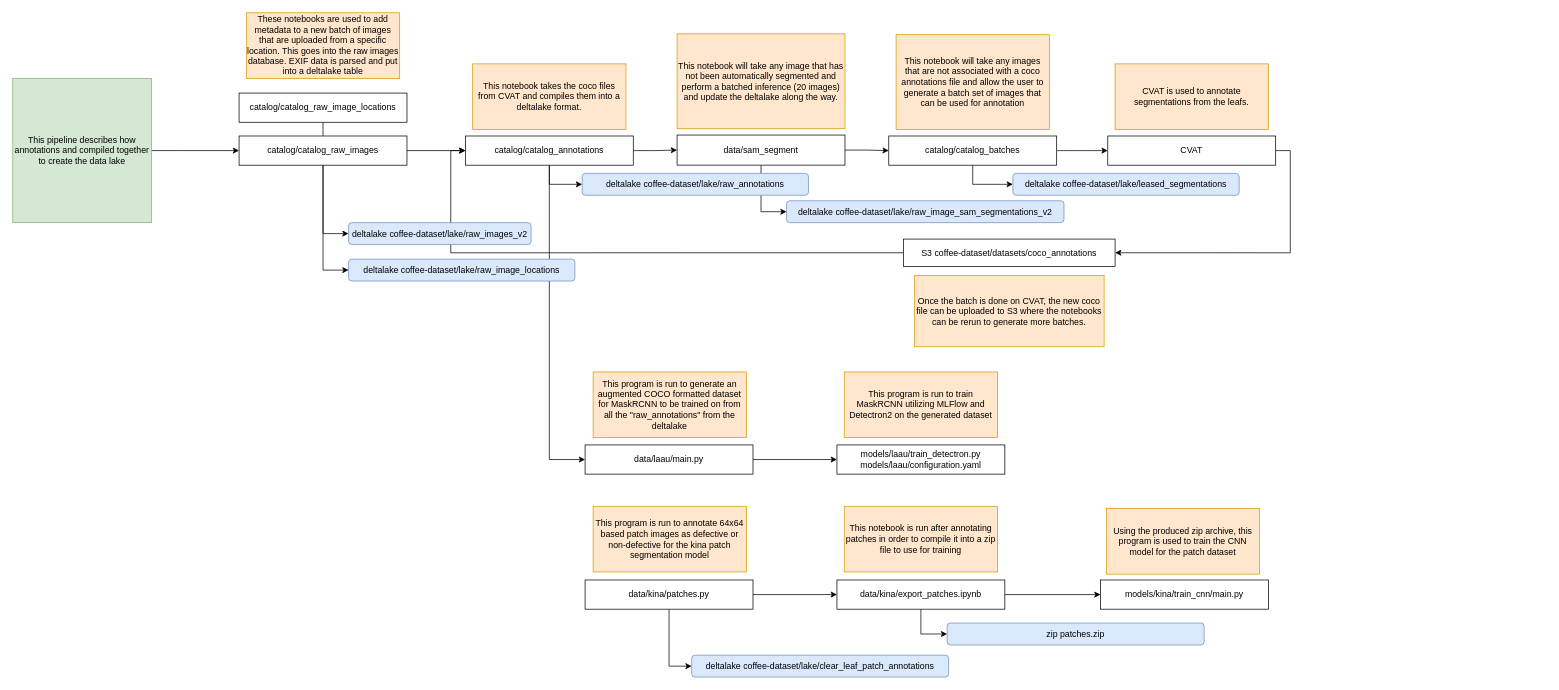
ainascan/kumu-leaves keeps this draw.io diagram as workflow.drawio. Above is the earlier version. Source tidied: cells renumbered, new cells numbered last; positions are measured from the earlier drawing's top-left corner, leaving out a move shared by most shapes. Both pictures are drawn from the tidied source at 73%, with x=0, y=0 at pixel (12, 12).
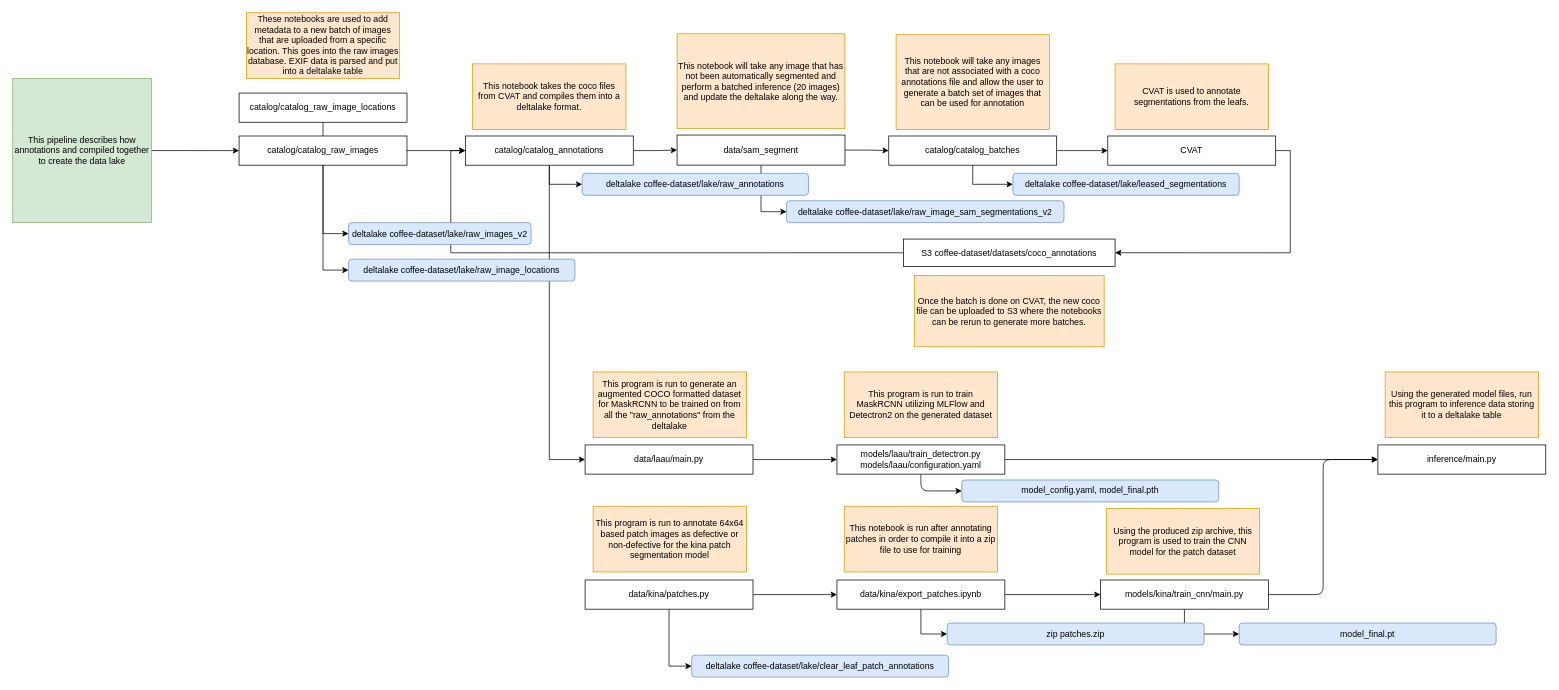
Above is the later version.

Unchanged cells that the change refers to:
```xml
<mxCell id="8" value="models/laau/train_detectron.py&lt;br&gt;models/laau/configuration.yaml" style="rounded=0;whiteSpace=wrap;html=1;" parent="1" vertex="1">
  <mxGeometry x="1129" y="592" width="230" height="40" as="geometry" />
</mxCell>
<mxCell id="49" value="models/kina/train_cnn/main.py" style="rounded=0;whiteSpace=wrap;html=1;" parent="1" vertex="1">
  <mxGeometry x="1490" y="777" width="230" height="40" as="geometry" />
</mxCell>
```

What changed in the source:
```diff
@@
+    <mxCell id="51" style="edgeStyle=orthogonalEdgeStyle;html=1;exitX=0.5;exitY=1;exitDx=0;exitDy=0;entryX=0;entryY=0.5;entryDx=0;entryDy=0;" parent="1" edge="1" source="49" target="58">
+      <mxGeometry relative="1" as="geometry" />
+    </mxCell>
@@
+    <mxCell id="52" style="edgeStyle=none;html=1;exitX=1;exitY=0.5;exitDx=0;exitDy=0;entryX=0;entryY=0.5;entryDx=0;entryDy=0;" parent="1" edge="1" source="8" target="55">
+      <mxGeometry relative="1" as="geometry" />
+    </mxCell>
+    <mxCell id="53" style="edgeStyle=orthogonalEdgeStyle;html=1;exitX=0.5;exitY=1;exitDx=0;exitDy=0;entryX=0;entryY=0.5;entryDx=0;entryDy=0;" parent="1" edge="1" source="8" target="57">
+      <mxGeometry relative="1" as="geometry" />
+    </mxCell>
@@
+    <mxCell id="54" style="edgeStyle=orthogonalEdgeStyle;html=1;exitX=1;exitY=0.5;exitDx=0;exitDy=0;entryX=0;entryY=0.5;entryDx=0;entryDy=0;" parent="1" edge="1" source="49" target="55">
+      <mxGeometry relative="1" as="geometry" />
+    </mxCell>
@@
+    <mxCell id="55" value="inference/main.py" style="rounded=0;whiteSpace=wrap;html=1;" parent="1" vertex="1">
+      <mxGeometry x="1870" y="592" width="230" height="40" as="geometry" />
+    </mxCell>
+    <mxCell id="56" value="Using the generated model files, run this program to inference data storing it to a deltalake table" style="rounded=0;whiteSpace=wrap;html=1;fillColor=#ffe6cc;strokeColor=#d79b00;" parent="1" vertex="1">
+      <mxGeometry x="1880" y="492" width="210" height="90" as="geometry" />
+    </mxCell>
+    <mxCell id="57" value="model_config.yaml, model_final.pth" style="rounded=1;whiteSpace=wrap;html=1;fillColor=#dae8fc;strokeColor=#6c8ebf;" parent="1" vertex="1">
+      <mxGeometry x="1300" y="640" width="352" height="30" as="geometry" />
+    </mxCell>
+    <mxCell id="58" value="model_final.pt" style="rounded=1;whiteSpace=wrap;html=1;fillColor=#dae8fc;strokeColor=#6c8ebf;" parent="1" vertex="1">
+      <mxGeometry x="1680" y="836" width="352" height="30" as="geometry" />
+    </mxCell>
```
